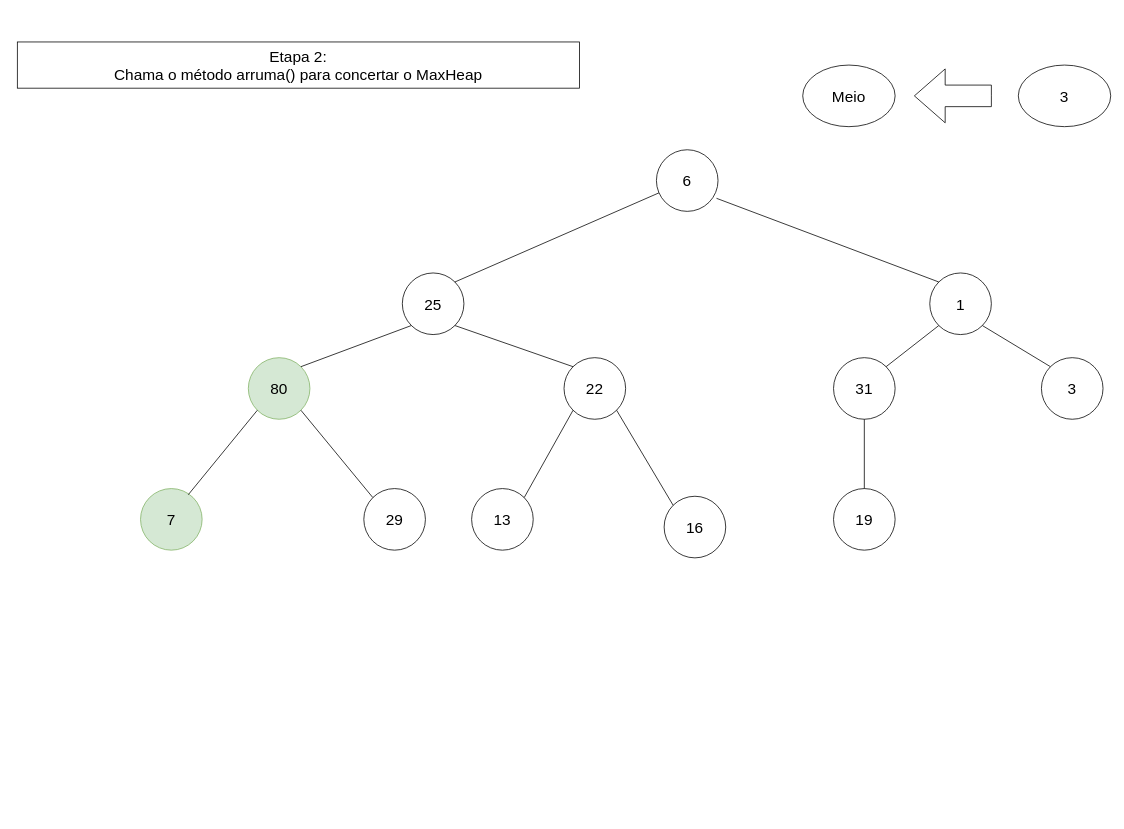
The draw.io diagram page "Etapa 7" (8 of 21) of Diagrama_Heap.drawio in Xang0/Diagramas-de-Estruturas-de-Dado, before the edit. Source tidied: cells renumbered, new cells numbered last; positions are measured from the earlier drawing's top-left corner, leaving out a move shared by most shapes. Both pictures are drawn from the tidied source at 77%, with x=0, y=0 at pixel (17, 42).
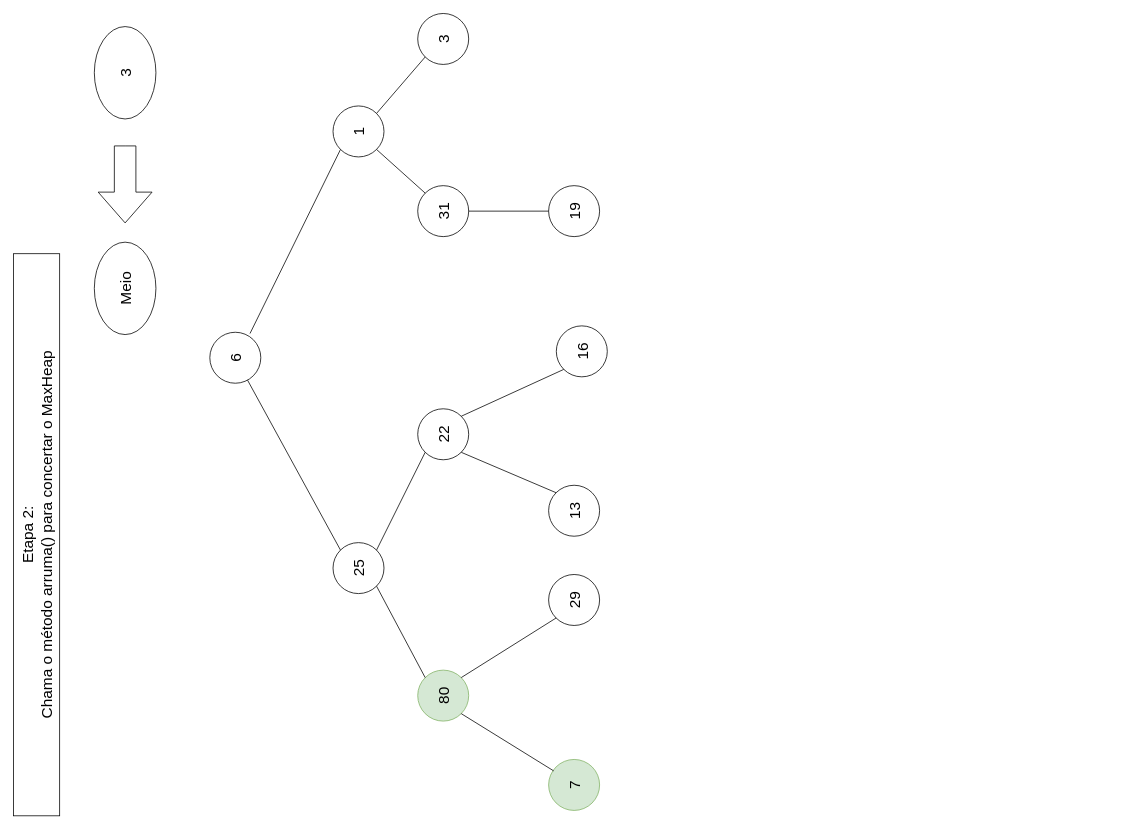
The same page after the edit.

What changed in the source:
```diff
@@
+    <mxCell id="25" value="&lt;font style=&quot;font-size: 20px;&quot;&gt;Etapa 2:&lt;br&gt;Chama o método arruma() para concertar o MaxHeap&lt;br&gt;&lt;/font&gt;" style="rounded=0;whiteSpace=wrap;html=1;rotation=-90;" parent="1" vertex="1">
+      <mxGeometry x="-340" y="610" width="730" height="60" as="geometry" />
+    </mxCell>
+    <mxCell id="26" value="&lt;font style=&quot;font-size: 20px;&quot;&gt;Meio&lt;/font&gt;" style="ellipse;whiteSpace=wrap;html=1;rotation=-90;" parent="1" vertex="1">
+      <mxGeometry x="80" y="280" width="120" height="80" as="geometry" />
+    </mxCell>
+    <mxCell id="27" style="html=1;shadow=0;dashed=0;align=center;verticalAlign=middle;shape=mxgraph.arrows2.arrow;dy=0.6;dx=40;flipH=1;notch=0;rotation=-90;" parent="1" vertex="1">
+      <mxGeometry x="90" y="150" width="100" height="70" as="geometry" />
+    </mxCell>
+    <mxCell id="28" value="&lt;font style=&quot;font-size: 20px;&quot;&gt;3&lt;/font&gt;" style="ellipse;whiteSpace=wrap;html=1;rotation=-90;" parent="1" vertex="1">
+      <mxGeometry x="80" width="120" height="80" as="geometry" />
+    </mxCell>
+    <mxCell id="29" style="group;" parent="1" vertex="1">
+      <mxGeometry x="250" y="-37" width="530" height="1035" as="geometry" />
+    </mxCell>
-    <mxCell id="2" value="&lt;font style=&quot;font-size: 20px;&quot;&gt;6&lt;/font&gt;" style="ellipse;whiteSpace=wrap;html=1;" parent="1" vertex="1">
-      <mxGeometry x="830" y="140" width="80" height="80" as="geometry" />
+    <mxCell id="2" value="&lt;font style=&quot;font-size: 20px;&quot;&gt;6&lt;/font&gt;" style="ellipse;whiteSpace=wrap;html=1;rotation=-90;" parent="29" vertex="1">
+      <mxGeometry y="414" width="66.2" height="66.2" as="geometry" />
     </mxCell>
-    <mxCell id="3" value="&lt;font style=&quot;font-size: 20px;&quot;&gt;25&lt;/font&gt;" style="ellipse;whiteSpace=wrap;html=1;" parent="1" vertex="1">
-      <mxGeometry x="500" y="300" width="80" height="80" as="geometry" />
+    <mxCell id="3" value="&lt;font style=&quot;font-size: 20px;&quot;&gt;25&lt;/font&gt;" style="ellipse;whiteSpace=wrap;html=1;rotation=-90;" parent="29" vertex="1">
+      <mxGeometry x="160" y="687.2" width="66.2" height="66.2" as="geometry" />
     </mxCell>
-    <mxCell id="4" value="&lt;font style=&quot;font-size: 20px;&quot;&gt;1&lt;/font&gt;" style="ellipse;whiteSpace=wrap;html=1;" parent="1" vertex="1">
-      <mxGeometry x="1185" y="300" width="80" height="80" as="geometry" />
+    <mxCell id="4" value="&lt;font style=&quot;font-size: 20px;&quot;&gt;1&lt;/font&gt;" style="ellipse;whiteSpace=wrap;html=1;rotation=-90;" parent="29" vertex="1">
+      <mxGeometry x="160" y="120.1" width="66.2" height="66.2" as="geometry" />
     </mxCell>
-    <mxCell id="5" style="endArrow=none;html=1;rounded=0;exitX=1;exitY=0;exitDx=0;exitDy=0;" parent="1" edge="1" source="3" target="2">
+    <mxCell id="5" style="endArrow=none;html=1;rounded=0;exitX=1;exitY=0;exitDx=0;exitDy=0;" parent="29" edge="1" source="3" target="2">
       <mxGeometry relative="1" as="geometry" />
     </mxCell>
-    <mxCell id="6" style="endArrow=none;html=1;rounded=0;entryX=0.975;entryY=0.788;entryDx=0;entryDy=0;entryPerimeter=0;exitX=0;exitY=0;exitDx=0;exitDy=0;" parent="1" edge="1" source="4" target="2">
+    <mxCell id="6" style="endArrow=none;html=1;rounded=0;entryX=0.975;entryY=0.788;entryDx=0;entryDy=0;entryPerimeter=0;exitX=0;exitY=0;exitDx=0;exitDy=0;" parent="29" edge="1" source="4" target="2">
       <mxGeometry relative="1" as="geometry" />
     </mxCell>
-    <mxCell id="7" value="&lt;font style=&quot;font-size: 20px;&quot;&gt;80&lt;/font&gt;" style="ellipse;whiteSpace=wrap;html=1;fillColor=#d5e8d4;strokeColor=#82b366;" parent="1" vertex="1">
-      <mxGeometry x="300" y="410" width="80" height="80" as="geometry" />
+    <mxCell id="7" value="&lt;font style=&quot;font-size: 20px;&quot;&gt;80&lt;/font&gt;" style="ellipse;whiteSpace=wrap;html=1;fillColor=#d5e8d4;strokeColor=#82b366;rotation=-90;" parent="29" vertex="1">
+      <mxGeometry x="270" y="852.8" width="66.2" height="66.2" as="geometry" />
     </mxCell>
-    <mxCell id="8" value="&lt;font style=&quot;font-size: 20px;&quot;&gt;22&lt;/font&gt;" style="ellipse;whiteSpace=wrap;html=1;" parent="1" vertex="1">
-      <mxGeometry x="710" y="410" width="80" height="80" as="geometry" />
+    <mxCell id="8" value="&lt;font style=&quot;font-size: 20px;&quot;&gt;22&lt;/font&gt;" style="ellipse;whiteSpace=wrap;html=1;rotation=-90;" parent="29" vertex="1">
+      <mxGeometry x="270" y="513.4" width="66.2" height="66.2" as="geometry" />
     </mxCell>
-    <mxCell id="9" style="endArrow=none;html=1;rounded=0;entryX=0;entryY=1;entryDx=0;entryDy=0;exitX=1;exitY=0;exitDx=0;exitDy=0;" parent="1" edge="1" source="7" target="3">
+    <mxCell id="9" style="endArrow=none;html=1;rounded=0;entryX=0;entryY=1;entryDx=0;entryDy=0;exitX=1;exitY=0;exitDx=0;exitDy=0;" parent="29" edge="1" source="7" target="3">
       <mxGeometry relative="1" as="geometry" />
     </mxCell>
-    <mxCell id="10" style="endArrow=none;html=1;rounded=0;entryX=1;entryY=1;entryDx=0;entryDy=0;exitX=0;exitY=0;exitDx=0;exitDy=0;" parent="1" edge="1" source="8" target="3">
+    <mxCell id="10" style="endArrow=none;html=1;rounded=0;entryX=1;entryY=1;entryDx=0;entryDy=0;exitX=0;exitY=0;exitDx=0;exitDy=0;" parent="29" edge="1" source="8" target="3">
       <mxGeometry relative="1" as="geometry" />
     </mxCell>
-    <mxCell id="11" value="&lt;font style=&quot;font-size: 20px;&quot;&gt;16&lt;/font&gt;" style="ellipse;whiteSpace=wrap;html=1;" parent="1" vertex="1">
-      <mxGeometry x="840" y="590" width="80" height="80" as="geometry" />
+    <mxCell id="11" value="&lt;font style=&quot;font-size: 20px;&quot;&gt;16&lt;/font&gt;" style="ellipse;whiteSpace=wrap;html=1;rotation=-90;" parent="29" vertex="1">
+      <mxGeometry x="450" y="405.7" width="66.2" height="66.2" as="geometry" />
     </mxCell>
-    <mxCell id="12" value="&lt;font style=&quot;font-size: 20px;&quot;&gt;13&lt;/font&gt;" style="ellipse;whiteSpace=wrap;html=1;" parent="1" vertex="1">
-      <mxGeometry x="590" y="580" width="80" height="80" as="geometry" />
+    <mxCell id="12" value="&lt;font style=&quot;font-size: 20px;&quot;&gt;13&lt;/font&gt;" style="ellipse;whiteSpace=wrap;html=1;rotation=-90;" parent="29" vertex="1">
+      <mxGeometry x="440" y="612.7" width="66.2" height="66.2" as="geometry" />
     </mxCell>
-    <mxCell id="13" style="endArrow=none;html=1;rounded=0;entryX=1;entryY=1;entryDx=0;entryDy=0;exitX=0;exitY=0;exitDx=0;exitDy=0;" parent="1" edge="1" source="11" target="8">
+    <mxCell id="13" style="endArrow=none;html=1;rounded=0;entryX=1;entryY=1;entryDx=0;entryDy=0;exitX=0;exitY=0;exitDx=0;exitDy=0;" parent="29" edge="1" source="11" target="8">
       <mxGeometry relative="1" as="geometry" />
     </mxCell>
-    <mxCell id="14" style="endArrow=none;html=1;rounded=0;entryX=0;entryY=1;entryDx=0;entryDy=0;exitX=1;exitY=0;exitDx=0;exitDy=0;" parent="1" edge="1" source="12" target="8">
+    <mxCell id="14" style="endArrow=none;html=1;rounded=0;entryX=0;entryY=1;entryDx=0;entryDy=0;exitX=1;exitY=0;exitDx=0;exitDy=0;" parent="29" edge="1" source="12" target="8">
       <mxGeometry relative="1" as="geometry" />
     </mxCell>
-    <mxCell id="15" value="&lt;font style=&quot;font-size: 20px;&quot;&gt;29&lt;/font&gt;" style="ellipse;whiteSpace=wrap;html=1;" parent="1" vertex="1">
-      <mxGeometry x="450" y="580" width="80" height="80" as="geometry" />
+    <mxCell id="15" value="&lt;font style=&quot;font-size: 20px;&quot;&gt;29&lt;/font&gt;" style="ellipse;whiteSpace=wrap;html=1;rotation=-90;" parent="29" vertex="1">
+      <mxGeometry x="440" y="728.6" width="66.2" height="66.2" as="geometry" />
     </mxCell>
-    <mxCell id="16" value="&lt;font style=&quot;font-size: 20px;&quot;&gt;7&lt;/font&gt;" style="ellipse;whiteSpace=wrap;html=1;fillColor=#d5e8d4;strokeColor=#82b366;" parent="1" vertex="1">
-      <mxGeometry x="160" y="580" width="80" height="80" as="geometry" />
+    <mxCell id="16" value="&lt;font style=&quot;font-size: 20px;&quot;&gt;7&lt;/font&gt;" style="ellipse;whiteSpace=wrap;html=1;fillColor=#d5e8d4;strokeColor=#82b366;rotation=-90;" parent="29" vertex="1">
+      <mxGeometry x="440" y="968.8" width="66.2" height="66.2" as="geometry" />
     </mxCell>
-    <mxCell id="17" style="endArrow=none;html=1;rounded=0;entryX=1;entryY=1;entryDx=0;entryDy=0;exitX=0;exitY=0;exitDx=0;exitDy=0;" parent="1" edge="1" source="15" target="7">
+    <mxCell id="17" style="endArrow=none;html=1;rounded=0;entryX=1;entryY=1;entryDx=0;entryDy=0;exitX=0;exitY=0;exitDx=0;exitDy=0;" parent="29" edge="1" source="15" target="7">
       <mxGeometry relative="1" as="geometry" />
     </mxCell>
-    <mxCell id="18" style="endArrow=none;html=1;rounded=0;entryX=0;entryY=1;entryDx=0;entryDy=0;exitX=0.775;exitY=0.1;exitDx=0;exitDy=0;exitPerimeter=0;" parent="1" edge="1" source="16" target="7">
+    <mxCell id="18" style="endArrow=none;html=1;rounded=0;entryX=0;entryY=1;entryDx=0;entryDy=0;exitX=0.775;exitY=0.1;exitDx=0;exitDy=0;exitPerimeter=0;" parent="29" edge="1" source="16" target="7">
       <mxGeometry relative="1" as="geometry" />
     </mxCell>
-    <mxCell id="19" value="&lt;font style=&quot;font-size: 20px;&quot;&gt;31&lt;/font&gt;" style="ellipse;whiteSpace=wrap;html=1;" parent="1" vertex="1">
-      <mxGeometry x="1060" y="410" width="80" height="80" as="geometry" />
+    <mxCell id="19" value="&lt;font style=&quot;font-size: 20px;&quot;&gt;31&lt;/font&gt;" style="ellipse;whiteSpace=wrap;html=1;rotation=-90;" parent="29" vertex="1">
+      <mxGeometry x="270" y="223.6" width="66.2" height="66.2" as="geometry" />
     </mxCell>
-    <mxCell id="20" value="&lt;font style=&quot;font-size: 20px;&quot;&gt;3&lt;/font&gt;" style="ellipse;whiteSpace=wrap;html=1;" parent="1" vertex="1">
-      <mxGeometry x="1330" y="410" width="80" height="80" as="geometry" />
+    <mxCell id="20" value="&lt;font style=&quot;font-size: 20px;&quot;&gt;3&lt;/font&gt;" style="ellipse;whiteSpace=wrap;html=1;rotation=-90;" parent="29" vertex="1">
+      <mxGeometry x="270" width="66.2" height="66.2" as="geometry" />
     </mxCell>
-    <mxCell id="21" style="endArrow=none;html=1;rounded=0;entryX=0;entryY=1;entryDx=0;entryDy=0;exitX=1;exitY=0;exitDx=0;exitDy=0;" parent="1" edge="1" source="19" target="4">
+    <mxCell id="21" style="endArrow=none;html=1;rounded=0;entryX=0;entryY=1;entryDx=0;entryDy=0;exitX=1;exitY=0;exitDx=0;exitDy=0;" parent="29" edge="1" source="19" target="4">
       <mxGeometry relative="1" as="geometry" />
     </mxCell>
-    <mxCell id="22" style="endArrow=none;html=1;rounded=0;entryX=1;entryY=1;entryDx=0;entryDy=0;exitX=0;exitY=0;exitDx=0;exitDy=0;" parent="1" edge="1" source="20" target="4">
+    <mxCell id="22" style="endArrow=none;html=1;rounded=0;entryX=1;entryY=1;entryDx=0;entryDy=0;exitX=0;exitY=0;exitDx=0;exitDy=0;" parent="29" edge="1" source="20" target="4">
       <mxGeometry relative="1" as="geometry" />
     </mxCell>
-    <mxCell id="23" value="&lt;font style=&quot;font-size: 20px;&quot;&gt;19&lt;/font&gt;" style="ellipse;whiteSpace=wrap;html=1;" parent="1" vertex="1">
-      <mxGeometry x="1060" y="580" width="80" height="80" as="geometry" />
+    <mxCell id="23" value="&lt;font style=&quot;font-size: 20px;&quot;&gt;19&lt;/font&gt;" style="ellipse;whiteSpace=wrap;html=1;rotation=-90;" parent="29" vertex="1">
+      <mxGeometry x="440" y="223.6" width="66.2" height="66.2" as="geometry" />
     </mxCell>
-    <mxCell id="24" style="endArrow=none;html=1;rounded=0;entryX=0.5;entryY=1;entryDx=0;entryDy=0;exitX=0.5;exitY=0;exitDx=0;exitDy=0;" parent="1" edge="1" source="23" target="19">
+    <mxCell id="24" style="endArrow=none;html=1;rounded=0;entryX=0.5;entryY=1;entryDx=0;entryDy=0;exitX=0.5;exitY=0;exitDx=0;exitDy=0;" parent="29" edge="1" source="23" target="19">
       <mxGeometry relative="1" as="geometry" />
     </mxCell>
-    <mxCell id="25" value="&lt;font style=&quot;font-size: 20px;&quot;&gt;Etapa 2:&lt;br&gt;Chama o método arruma() para concertar o MaxHeap&lt;br&gt;&lt;/font&gt;" style="rounded=0;whiteSpace=wrap;html=1;" parent="1" vertex="1">
-      <mxGeometry width="730" height="60" as="geometry" />
-    </mxCell>
-    <mxCell id="26" value="&lt;font style=&quot;font-size: 20px;&quot;&gt;Meio&lt;/font&gt;" style="ellipse;whiteSpace=wrap;html=1;" parent="1" vertex="1">
-      <mxGeometry x="1020" y="30" width="120" height="80" as="geometry" />
-    </mxCell>
-    <mxCell id="27" style="html=1;shadow=0;dashed=0;align=center;verticalAlign=middle;shape=mxgraph.arrows2.arrow;dy=0.6;dx=40;flipH=1;notch=0;" parent="1" vertex="1">
-      <mxGeometry x="1165" y="35" width="100" height="70" as="geometry" />
-    </mxCell>
-    <mxCell id="28" value="&lt;font style=&quot;font-size: 20px;&quot;&gt;3&lt;/font&gt;" style="ellipse;whiteSpace=wrap;html=1;" parent="1" vertex="1">
-      <mxGeometry x="1300" y="30" width="120" height="80" as="geometry" />
-    </mxCell>
```
